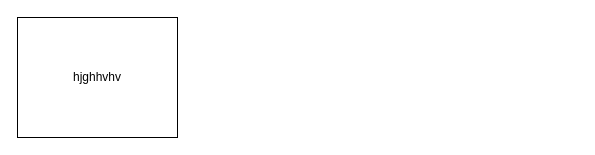
The draw.io diagram Untitled Diagram.drawio in camejuanm/esp8266MeshLoRaServer, before the edit. Source tidied: cells renumbered, new cells numbered last; positions are measured from the earlier drawing's top-left corner, leaving out a move shared by most shapes. Both pictures are drawn from the tidied source at 100%, with x=0, y=0 at pixel (17, 17).
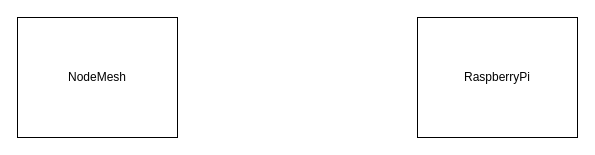
Above is the later version.

Diff of the diagram source:
```diff
@@
 <mxGraphModel>
   <root>
     <mxCell id="0" />
     <mxCell id="1" parent="0" />
-    <mxCell id="2" value="hjghhvhv" style="rounded=0;whiteSpace=wrap;html=1;" parent="1" vertex="1">
+    <mxCell id="2" value="NodeMesh" style="rounded=0;whiteSpace=wrap;html=1;" parent="1" vertex="1">
       <mxGeometry width="160" height="120" as="geometry" />
     </mxCell>
+    <mxCell id="3" value="RaspberryPi" style="rounded=0;whiteSpace=wrap;html=1;" parent="1" vertex="1">
+      <mxGeometry x="400" width="160" height="120" as="geometry" />
+    </mxCell>
   </root>
 </mxGraphModel>
```
